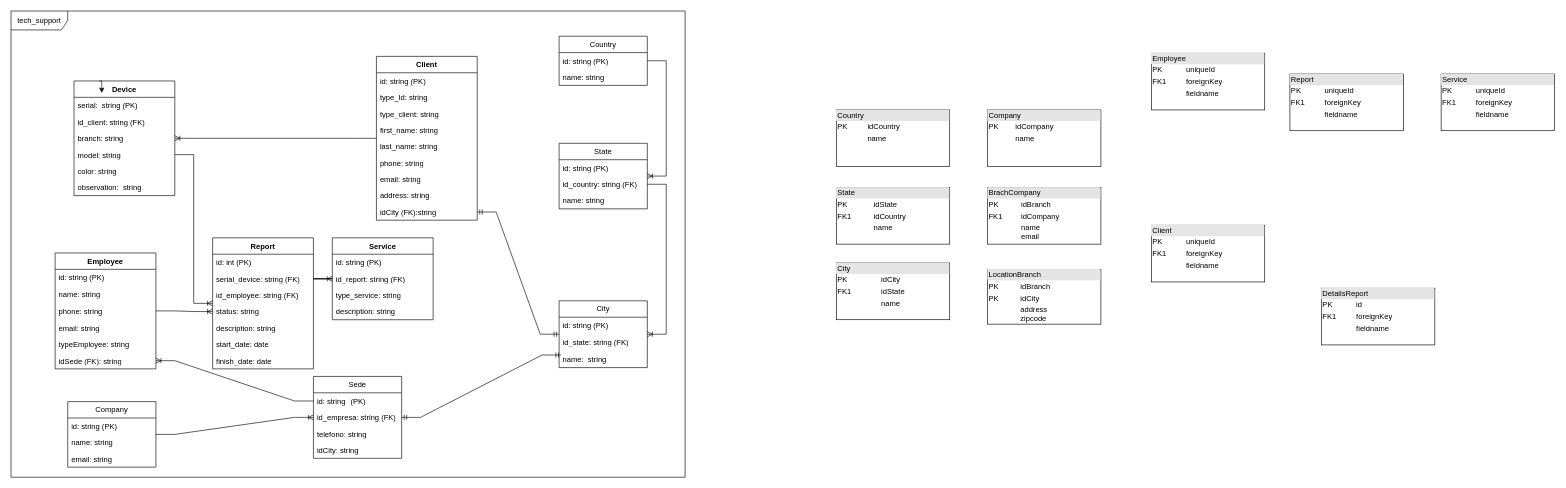
Earlier version of the draw.io diagram projects/tech_support/Tech_support.drawio (Alejo2304/website_projects). Source tidied: cells renumbered, new cells numbered last; positions are measured from the earlier drawing's top-left corner, leaving out a move shared by most shapes. Both pictures are drawn from the tidied source at 63%, with x=0, y=0 at pixel (11, 11).
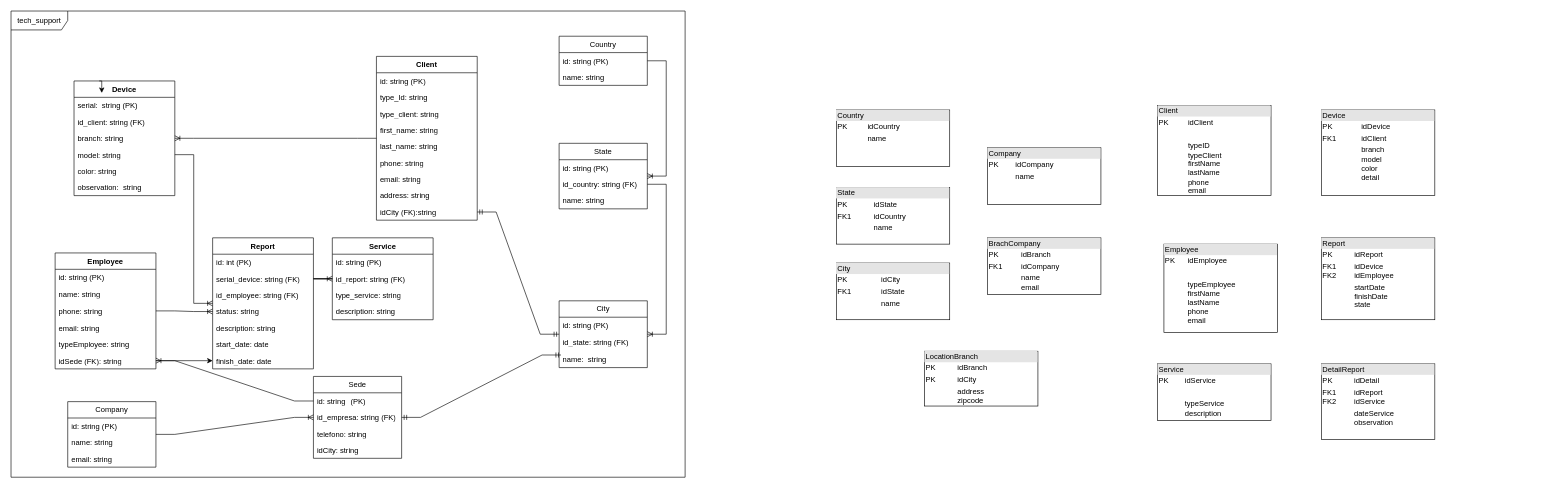
The same page after the edit.

The change refers to these unchanged cells:
```xml
<mxCell id="27" value="finish_date: date" style="text;strokeColor=none;fillColor=none;align=left;verticalAlign=top;spacingLeft=4;spacingRight=4;overflow=hidden;points=[[0,0.5],[1,0.5]];portConstraint=eastwest;whiteSpace=wrap;html=1;" parent="20" vertex="1">
  <mxGeometry y="182" width="160" height="26" as="geometry" />
</mxCell>
<mxCell id="68" value="idSede (FK): string" style="text;strokeColor=none;fillColor=none;align=left;verticalAlign=top;spacingLeft=4;spacingRight=4;overflow=hidden;points=[[0,0.5],[1,0.5]];portConstraint=eastwest;whiteSpace=wrap;html=1;" parent="62" vertex="1">
  <mxGeometry y="158" width="160" height="26" as="geometry" />
</mxCell>
```

Change to the diagram source:
```diff
@@
     <mxCell id="71" value="&lt;div style=&quot;box-sizing:border-box;width:100%;background:#e4e4e4;padding:2px;&quot;&gt;Company&lt;/div&gt;&lt;table style=&quot;width:100%;font-size:1em;&quot; cellpadding=&quot;2&quot; cellspacing=&quot;0&quot;&gt;&lt;tbody&gt;&lt;tr&gt;&lt;td&gt;PK&lt;/td&gt;&lt;td&gt;idCompany&lt;/td&gt;&lt;/tr&gt;&lt;tr&gt;&lt;td&gt;&lt;br&gt;&lt;/td&gt;&lt;td&gt;name&lt;/td&gt;&lt;/tr&gt;&lt;tr&gt;&lt;td&gt;&lt;/td&gt;&lt;td&gt;&lt;br&gt;&lt;/td&gt;&lt;/tr&gt;&lt;/tbody&gt;&lt;/table&gt;" style="verticalAlign=top;align=left;overflow=fill;html=1;whiteSpace=wrap;" parent="1" vertex="1">
-      <mxGeometry x="1550" y="157" width="180" height="90" as="geometry" />
+      <mxGeometry x="1550" y="217" width="180" height="90" as="geometry" />
     </mxCell>
     <mxCell id="72" value="&lt;div style=&quot;box-sizing:border-box;width:100%;background:#e4e4e4;padding:2px;&quot;&gt;LocationBranch&lt;/div&gt;&lt;table style=&quot;width:100%;font-size:1em;&quot; cellpadding=&quot;2&quot; cellspacing=&quot;0&quot;&gt;&lt;tbody&gt;&lt;tr&gt;&lt;td&gt;PK&lt;/td&gt;&lt;td&gt;idBranch&lt;/td&gt;&lt;/tr&gt;&lt;tr&gt;&lt;td&gt;PK&lt;/td&gt;&lt;td&gt;idCity&lt;/td&gt;&lt;/tr&gt;&lt;tr&gt;&lt;td&gt;&lt;/td&gt;&lt;td&gt;address&lt;br&gt;zipcode&lt;br&gt;&lt;br&gt;&lt;/td&gt;&lt;/tr&gt;&lt;/tbody&gt;&lt;/table&gt;" style="verticalAlign=top;align=left;overflow=fill;html=1;whiteSpace=wrap;" parent="1" vertex="1">
-      <mxGeometry x="1550" y="410" width="180" height="87" as="geometry" />
+      <mxGeometry x="1450" y="540" width="180" height="87" as="geometry" />
     </mxCell>
-    <mxCell id="73" value="&lt;div style=&quot;box-sizing:border-box;width:100%;background:#e4e4e4;padding:2px;&quot;&gt;Client&lt;/div&gt;&lt;table style=&quot;width:100%;font-size:1em;&quot; cellpadding=&quot;2&quot; cellspacing=&quot;0&quot;&gt;&lt;tbody&gt;&lt;tr&gt;&lt;td&gt;PK&lt;/td&gt;&lt;td&gt;uniqueId&lt;/td&gt;&lt;/tr&gt;&lt;tr&gt;&lt;td&gt;FK1&lt;/td&gt;&lt;td&gt;foreignKey&lt;/td&gt;&lt;/tr&gt;&lt;tr&gt;&lt;td&gt;&lt;/td&gt;&lt;td&gt;fieldname&lt;/td&gt;&lt;/tr&gt;&lt;/tbody&gt;&lt;/table&gt;" style="verticalAlign=top;align=left;overflow=fill;html=1;whiteSpace=wrap;" parent="1" vertex="1">
-      <mxGeometry x="1810" y="340" width="180" height="90" as="geometry" />
+    <mxCell id="73" value="&lt;div style=&quot;box-sizing:border-box;width:100%;background:#e4e4e4;padding:2px;&quot;&gt;Client&lt;/div&gt;&lt;table style=&quot;width:100%;font-size:1em;&quot; cellpadding=&quot;2&quot; cellspacing=&quot;0&quot;&gt;&lt;tbody&gt;&lt;tr&gt;&lt;td&gt;PK&lt;/td&gt;&lt;td&gt;idClient&lt;/td&gt;&lt;/tr&gt;&lt;tr&gt;&lt;td&gt;&lt;br&gt;&lt;/td&gt;&lt;td&gt;&lt;br&gt;&lt;/td&gt;&lt;/tr&gt;&lt;tr&gt;&lt;td&gt;&lt;/td&gt;&lt;td&gt;typeID&lt;br&gt;typeClient&lt;br&gt;firstName&lt;br&gt;lastName&lt;br&gt;phone&lt;br&gt;email&lt;br&gt;&lt;br&gt;&lt;/td&gt;&lt;/tr&gt;&lt;/tbody&gt;&lt;/table&gt;" style="verticalAlign=top;align=left;overflow=fill;html=1;whiteSpace=wrap;" parent="1" vertex="1">
+      <mxGeometry x="1820" y="150" width="180" height="143" as="geometry" />
     </mxCell>
     <mxCell id="74" value="&lt;div style=&quot;box-sizing:border-box;width:100%;background:#e4e4e4;padding:2px;&quot;&gt;BrachCompany&lt;/div&gt;&lt;table style=&quot;width:100%;font-size:1em;&quot; cellpadding=&quot;2&quot; cellspacing=&quot;0&quot;&gt;&lt;tbody&gt;&lt;tr&gt;&lt;td&gt;PK&lt;/td&gt;&lt;td&gt;idBranch&lt;/td&gt;&lt;/tr&gt;&lt;tr&gt;&lt;td&gt;FK1&lt;/td&gt;&lt;td&gt;idCompany&lt;/td&gt;&lt;/tr&gt;&lt;tr&gt;&lt;td&gt;&lt;/td&gt;&lt;td&gt;name&lt;br&gt;email&lt;/td&gt;&lt;/tr&gt;&lt;/tbody&gt;&lt;/table&gt;" style="verticalAlign=top;align=left;overflow=fill;html=1;whiteSpace=wrap;" parent="1" vertex="1">
-      <mxGeometry x="1550" y="280" width="180" height="90" as="geometry" />
+      <mxGeometry x="1550" y="360" width="180" height="90" as="geometry" />
     </mxCell>
@@
-    <mxCell id="78" value="&lt;div style=&quot;box-sizing:border-box;width:100%;background:#e4e4e4;padding:2px;&quot;&gt;Employee&lt;/div&gt;&lt;table style=&quot;width:100%;font-size:1em;&quot; cellpadding=&quot;2&quot; cellspacing=&quot;0&quot;&gt;&lt;tbody&gt;&lt;tr&gt;&lt;td&gt;PK&lt;/td&gt;&lt;td&gt;uniqueId&lt;/td&gt;&lt;/tr&gt;&lt;tr&gt;&lt;td&gt;FK1&lt;/td&gt;&lt;td&gt;foreignKey&lt;/td&gt;&lt;/tr&gt;&lt;tr&gt;&lt;td&gt;&lt;/td&gt;&lt;td&gt;fieldname&lt;/td&gt;&lt;/tr&gt;&lt;/tbody&gt;&lt;/table&gt;" style="verticalAlign=top;align=left;overflow=fill;html=1;whiteSpace=wrap;" parent="1" vertex="1">
-      <mxGeometry x="1810" y="67" width="180" height="90" as="geometry" />
+    <mxCell id="78" value="&lt;div style=&quot;box-sizing:border-box;width:100%;background:#e4e4e4;padding:2px;&quot;&gt;Employee&lt;/div&gt;&lt;table style=&quot;width:100%;font-size:1em;&quot; cellpadding=&quot;2&quot; cellspacing=&quot;0&quot;&gt;&lt;tbody&gt;&lt;tr&gt;&lt;td&gt;PK&lt;/td&gt;&lt;td&gt;idEmployee&lt;/td&gt;&lt;/tr&gt;&lt;tr&gt;&lt;td&gt;&lt;br&gt;&lt;/td&gt;&lt;td&gt;&lt;br&gt;&lt;/td&gt;&lt;/tr&gt;&lt;tr&gt;&lt;td&gt;&lt;/td&gt;&lt;td&gt;typeEmployee&lt;br&gt;firstName&lt;br&gt;lastName&lt;br&gt;phone&lt;br&gt;email&lt;br&gt;&lt;/td&gt;&lt;/tr&gt;&lt;/tbody&gt;&lt;/table&gt;" style="verticalAlign=top;align=left;overflow=fill;html=1;whiteSpace=wrap;" parent="1" vertex="1">
+      <mxGeometry x="1830" y="370" width="180" height="140" as="geometry" />
     </mxCell>
-    <mxCell id="79" value="&lt;div style=&quot;box-sizing:border-box;width:100%;background:#e4e4e4;padding:2px;&quot;&gt;Service&lt;/div&gt;&lt;table style=&quot;width:100%;font-size:1em;&quot; cellpadding=&quot;2&quot; cellspacing=&quot;0&quot;&gt;&lt;tbody&gt;&lt;tr&gt;&lt;td&gt;PK&lt;/td&gt;&lt;td&gt;uniqueId&lt;/td&gt;&lt;/tr&gt;&lt;tr&gt;&lt;td&gt;FK1&lt;/td&gt;&lt;td&gt;foreignKey&lt;/td&gt;&lt;/tr&gt;&lt;tr&gt;&lt;td&gt;&lt;/td&gt;&lt;td&gt;fieldname&lt;/td&gt;&lt;/tr&gt;&lt;/tbody&gt;&lt;/table&gt;" style="verticalAlign=top;align=left;overflow=fill;html=1;whiteSpace=wrap;" parent="1" vertex="1">
-      <mxGeometry x="2270" y="100" width="180" height="90" as="geometry" />
+    <mxCell id="79" value="&lt;div style=&quot;box-sizing:border-box;width:100%;background:#e4e4e4;padding:2px;&quot;&gt;Service&lt;/div&gt;&lt;table style=&quot;width:100%;font-size:1em;&quot; cellpadding=&quot;2&quot; cellspacing=&quot;0&quot;&gt;&lt;tbody&gt;&lt;tr&gt;&lt;td&gt;PK&lt;/td&gt;&lt;td&gt;idService&lt;/td&gt;&lt;/tr&gt;&lt;tr&gt;&lt;td&gt;&lt;br&gt;&lt;/td&gt;&lt;td&gt;&lt;br&gt;&lt;/td&gt;&lt;/tr&gt;&lt;tr&gt;&lt;td&gt;&lt;/td&gt;&lt;td&gt;typeService&lt;br&gt;description&lt;/td&gt;&lt;/tr&gt;&lt;/tbody&gt;&lt;/table&gt;" style="verticalAlign=top;align=left;overflow=fill;html=1;whiteSpace=wrap;" parent="1" vertex="1">
+      <mxGeometry x="1820" y="560" width="180" height="90" as="geometry" />
     </mxCell>
-    <mxCell id="80" value="&lt;div style=&quot;box-sizing:border-box;width:100%;background:#e4e4e4;padding:2px;&quot;&gt;Report&lt;/div&gt;&lt;table style=&quot;width:100%;font-size:1em;&quot; cellpadding=&quot;2&quot; cellspacing=&quot;0&quot;&gt;&lt;tbody&gt;&lt;tr&gt;&lt;td&gt;PK&lt;/td&gt;&lt;td&gt;uniqueId&lt;/td&gt;&lt;/tr&gt;&lt;tr&gt;&lt;td&gt;FK1&lt;/td&gt;&lt;td&gt;foreignKey&lt;/td&gt;&lt;/tr&gt;&lt;tr&gt;&lt;td&gt;&lt;/td&gt;&lt;td&gt;fieldname&lt;/td&gt;&lt;/tr&gt;&lt;/tbody&gt;&lt;/table&gt;" style="verticalAlign=top;align=left;overflow=fill;html=1;whiteSpace=wrap;" parent="1" vertex="1">
-      <mxGeometry x="2030" y="100" width="180" height="90" as="geometry" />
+    <mxCell id="80" value="&lt;div style=&quot;box-sizing:border-box;width:100%;background:#e4e4e4;padding:2px;&quot;&gt;Report&lt;/div&gt;&lt;table style=&quot;width:100%;font-size:1em;&quot; cellpadding=&quot;2&quot; cellspacing=&quot;0&quot;&gt;&lt;tbody&gt;&lt;tr&gt;&lt;td&gt;PK&lt;/td&gt;&lt;td&gt;idReport&lt;/td&gt;&lt;/tr&gt;&lt;tr&gt;&lt;td&gt;FK1&lt;br&gt;FK2&lt;/td&gt;&lt;td&gt;idDevice&lt;br&gt;idEmployee&lt;/td&gt;&lt;/tr&gt;&lt;tr&gt;&lt;td&gt;&lt;/td&gt;&lt;td&gt;startDate&lt;br&gt;finishDate&lt;br&gt;state&lt;/td&gt;&lt;/tr&gt;&lt;/tbody&gt;&lt;/table&gt;" style="verticalAlign=top;align=left;overflow=fill;html=1;whiteSpace=wrap;" parent="1" vertex="1">
+      <mxGeometry x="2080" y="360" width="180" height="130" as="geometry" />
     </mxCell>
-    <mxCell id="81" value="&lt;div style=&quot;box-sizing:border-box;width:100%;background:#e4e4e4;padding:2px;&quot;&gt;DetailsReport&lt;/div&gt;&lt;table style=&quot;width:100%;font-size:1em;&quot; cellpadding=&quot;2&quot; cellspacing=&quot;0&quot;&gt;&lt;tbody&gt;&lt;tr&gt;&lt;td&gt;PK&lt;/td&gt;&lt;td&gt;id&lt;/td&gt;&lt;/tr&gt;&lt;tr&gt;&lt;td&gt;FK1&lt;/td&gt;&lt;td&gt;foreignKey&lt;/td&gt;&lt;/tr&gt;&lt;tr&gt;&lt;td&gt;&lt;/td&gt;&lt;td&gt;fieldname&lt;/td&gt;&lt;/tr&gt;&lt;/tbody&gt;&lt;/table&gt;" style="verticalAlign=top;align=left;overflow=fill;html=1;whiteSpace=wrap;" parent="1" vertex="1">
-      <mxGeometry x="2080" y="440" width="180" height="90" as="geometry" />
+    <mxCell id="81" value="&lt;div style=&quot;box-sizing:border-box;width:100%;background:#e4e4e4;padding:2px;&quot;&gt;DetailReport&lt;/div&gt;&lt;table style=&quot;width:100%;font-size:1em;&quot; cellpadding=&quot;2&quot; cellspacing=&quot;0&quot;&gt;&lt;tbody&gt;&lt;tr&gt;&lt;td&gt;PK&lt;/td&gt;&lt;td&gt;idDetail&lt;/td&gt;&lt;/tr&gt;&lt;tr&gt;&lt;td&gt;FK1&lt;br&gt;FK2&lt;/td&gt;&lt;td&gt;idReport&lt;br&gt;idService&lt;/td&gt;&lt;/tr&gt;&lt;tr&gt;&lt;td&gt;&lt;/td&gt;&lt;td&gt;dateService&lt;br&gt;observation&lt;/td&gt;&lt;/tr&gt;&lt;/tbody&gt;&lt;/table&gt;" style="verticalAlign=top;align=left;overflow=fill;html=1;whiteSpace=wrap;" parent="1" vertex="1">
+      <mxGeometry x="2080" y="560" width="180" height="120" as="geometry" />
     </mxCell>
+    <mxCell id="82" value="&lt;div style=&quot;box-sizing:border-box;width:100%;background:#e4e4e4;padding:2px;&quot;&gt;Device&lt;/div&gt;&lt;table style=&quot;width:100%;font-size:1em;&quot; cellpadding=&quot;2&quot; cellspacing=&quot;0&quot;&gt;&lt;tbody&gt;&lt;tr&gt;&lt;td&gt;PK&lt;/td&gt;&lt;td&gt;idDevice&lt;/td&gt;&lt;/tr&gt;&lt;tr&gt;&lt;td&gt;FK1&lt;/td&gt;&lt;td&gt;idClient&lt;/td&gt;&lt;/tr&gt;&lt;tr&gt;&lt;td&gt;&lt;/td&gt;&lt;td&gt;branch&lt;br&gt;model&lt;br&gt;color&lt;br&gt;detail&lt;/td&gt;&lt;/tr&gt;&lt;/tbody&gt;&lt;/table&gt;" style="verticalAlign=top;align=left;overflow=fill;html=1;whiteSpace=wrap;" parent="1" vertex="1">
+      <mxGeometry x="2080" y="157" width="180" height="136" as="geometry" />
+    </mxCell>
+    <mxCell id="83" style="edgeStyle=orthogonalEdgeStyle;rounded=0;jettySize=auto;html=1;" parent="1" edge="1" source="68" target="27">
+      <mxGeometry relative="1" as="geometry" />
+    </mxCell>
```
